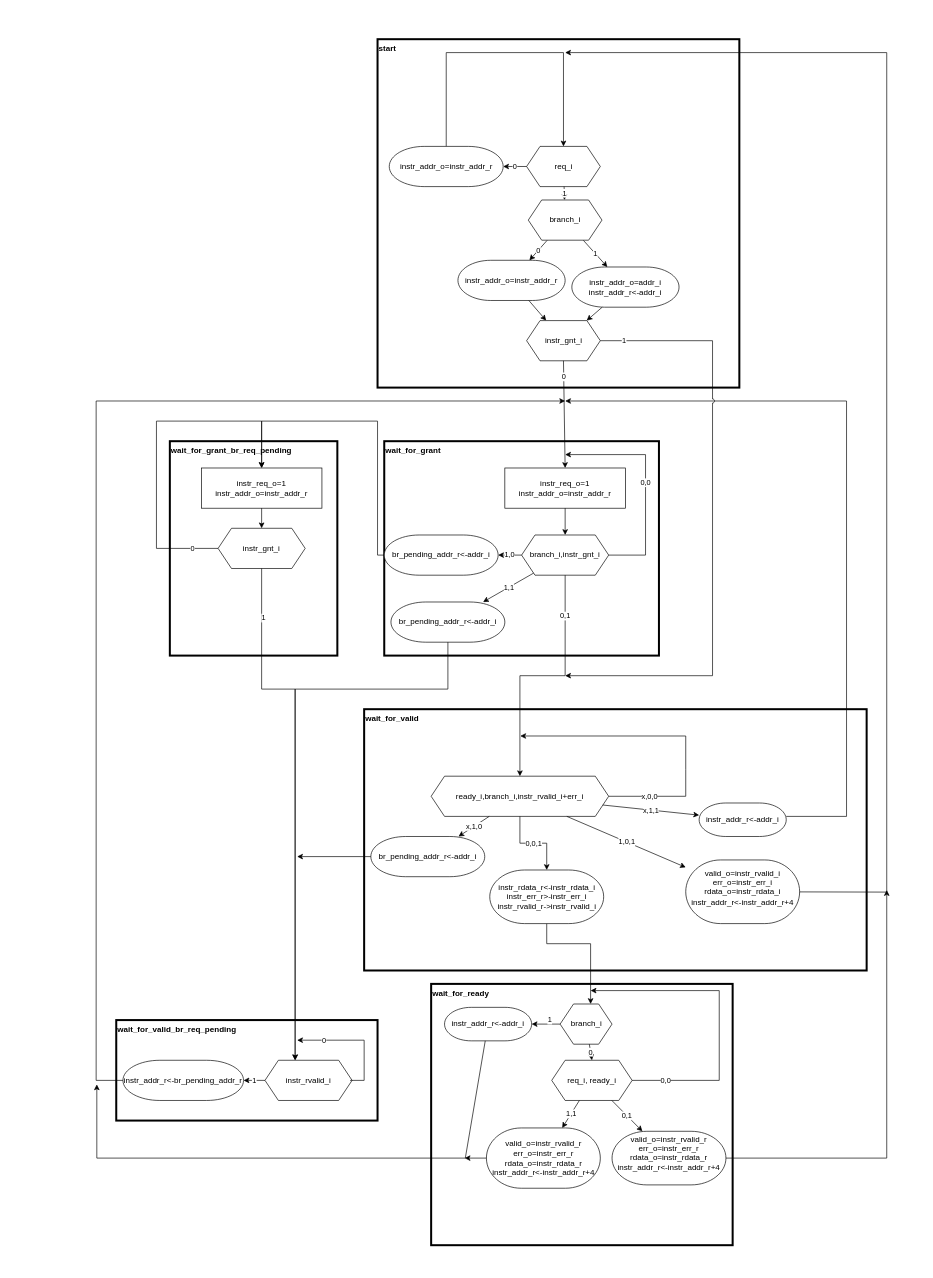
epsilon537/boxlambda keeps this draw.io diagram as docs/assets/single_prefetch_buffer_fsm.drawio. Above is the earlier version. Source tidied: cells renumbered, new cells numbered last; positions are measured from the earlier drawing's top-left corner, leaving out a move shared by most shapes. Both pictures are drawn from the tidied source at 67%, with x=0, y=0 at pixel (96, 39).
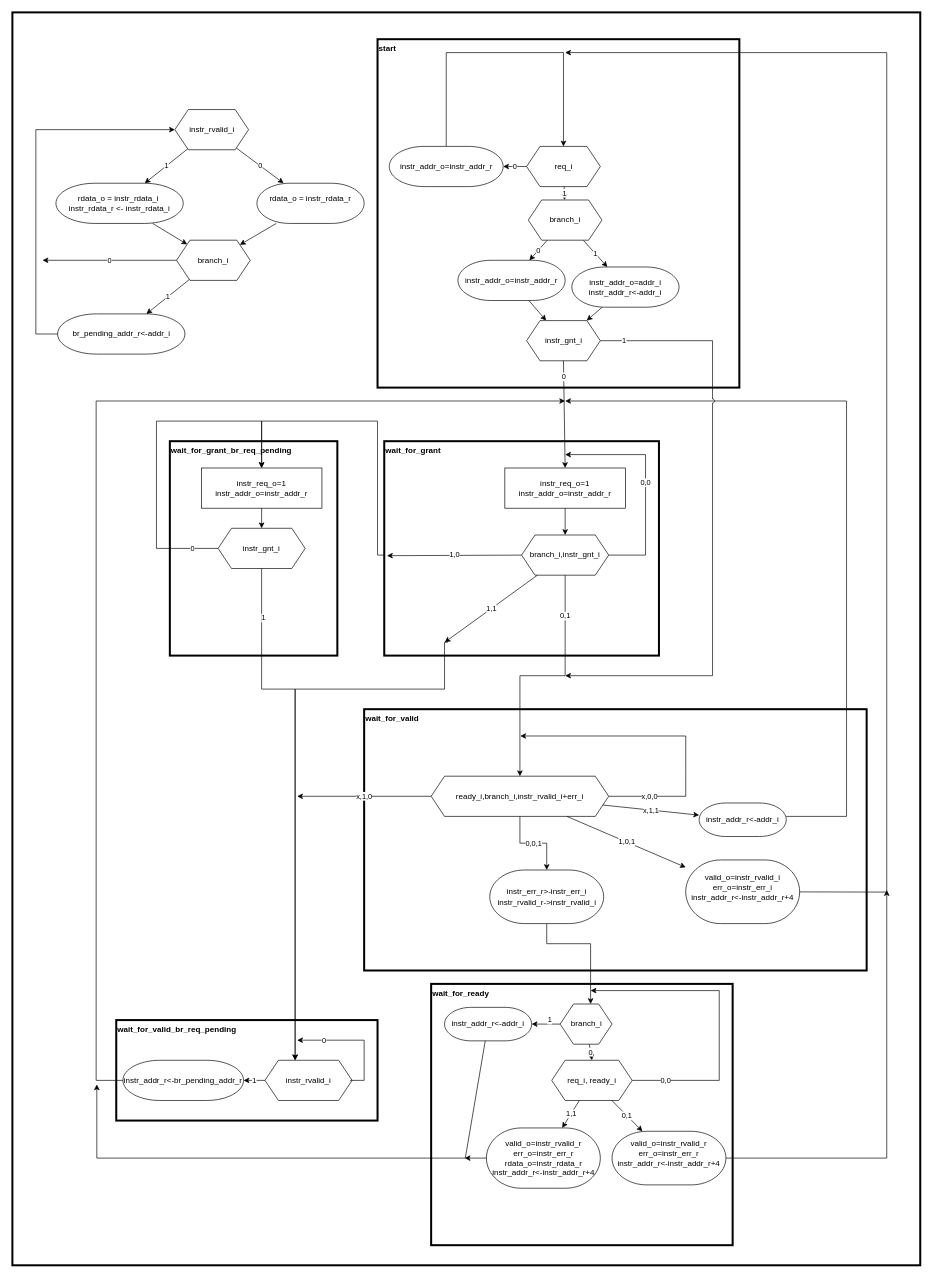
The same diagram, later.

The change refers to these unchanged cells:
```xml
<mxCell id="2" value="wait_for_grant" style="rounded=0;whiteSpace=wrap;html=1;verticalAlign=top;align=left;fillColor=none;strokeWidth=3;fontStyle=1;" parent="1" vertex="1">
  <mxGeometry x="430" y="600" width="410" height="320" as="geometry" />
</mxCell>
<mxCell id="11" value="branch_i,instr_gnt_i" style="shape=hexagon;perimeter=hexagonPerimeter2;whiteSpace=wrap;html=1;fixedSize=1;" parent="1" vertex="1">
  <mxGeometry x="635" y="740" width="130" height="60" as="geometry" />
</mxCell>
<mxCell id="25" value="instr_req_o=1&lt;div&gt;instr_addr_o=instr_addr_r&lt;/div&gt;" style="rounded=0;whiteSpace=wrap;html=1;" parent="1" vertex="1">
  <mxGeometry x="157" y="640" width="180" height="60" as="geometry" />
</mxCell>
<mxCell id="30" value="instr_rvalid_i" style="shape=hexagon;perimeter=hexagonPerimeter2;whiteSpace=wrap;html=1;fixedSize=1;" parent="1" vertex="1">
  <mxGeometry x="252" y="1524" width="130" height="60" as="geometry" />
</mxCell>
<mxCell id="31" value="ready_i,branch_i,instr_rvalid_i+err_i" style="shape=hexagon;perimeter=hexagonPerimeter2;whiteSpace=wrap;html=1;fixedSize=1;" parent="1" vertex="1">
  <mxGeometry x="500" y="1100" width="265" height="60" as="geometry" />
</mxCell>
```

What changed in the source:
```diff
@@
+    <mxCell id="71" style="rounded=0;whiteSpace=wrap;html=1;fillColor=none;strokeWidth=3;" parent="1" vertex="1">
+      <mxGeometry x="-125" y="-40" width="1355" height="1870" as="geometry" />
+    </mxCell>
@@
-    <mxCell id="21" value="br_pending_addr_r&amp;lt;-addr_i" style="strokeWidth=1;html=1;shape=mxgraph.flowchart.terminator;whiteSpace=wrap;" parent="1" vertex="1">
-      <mxGeometry x="430" y="740" width="170" height="60" as="geometry" />
-    </mxCell>
-    <mxCell id="22" style="endArrow=classic;html=1;rounded=0;entryX=0.5;entryY=0;entryDx=0;entryDy=0;edgeStyle=orthogonalEdgeStyle;" parent="1" edge="1" source="21" target="25">
+    <mxCell id="22" style="endArrow=classic;html=1;rounded=0;entryX=0.5;entryY=0;entryDx=0;entryDy=0;edgeStyle=orthogonalEdgeStyle;" parent="1" edge="1" target="25">
       <mxGeometry relative="1" as="geometry">
+        <mxPoint x="430" y="770" as="sourcePoint" />
         <Array as="points">
           <mxPoint x="420" y="770" />
           <mxPoint x="420" y="570" />
           <mxPoint x="247" y="570" />
         </Array>
       </mxGeometry>
     </mxCell>
@@
-    <mxCell id="32" value="1,0" style="endArrow=classic;html=1;rounded=0;exitX=0;exitY=0.5;exitDx=0;exitDy=0;entryX=1;entryY=0.5;entryDx=0;entryDy=0;entryPerimeter=0;" parent="1" edge="1" source="11" target="21">
+    <mxCell id="32" value="1,0" style="endArrow=classic;html=1;rounded=0;exitX=0;exitY=0.5;exitDx=0;exitDy=0;entryX=0.01;entryY=0.534;entryDx=0;entryDy=0;entryPerimeter=0;" parent="1" edge="1" source="11" target="2">
       <mxGeometry relative="1" as="geometry" />
     </mxCell>
-    <mxCell id="33" value="br_pending_addr_r&amp;lt;-addr_i" style="strokeWidth=1;html=1;shape=mxgraph.flowchart.terminator;whiteSpace=wrap;" parent="1" vertex="1">
-      <mxGeometry x="440" y="840" width="170" height="60" as="geometry" />
-    </mxCell>
-    <mxCell id="34" value="1,1" style="endArrow=classic;html=1;rounded=0;" parent="1" edge="1" source="11" target="33">
+    <mxCell id="34" value="1,1" style="endArrow=classic;html=1;rounded=0;entryX=0.22;entryY=0.938;entryDx=0;entryDy=0;entryPerimeter=0;" parent="1" edge="1" source="11" target="2">
       <mxGeometry relative="1" as="geometry" />
     </mxCell>
-    <mxCell id="35" style="endArrow=classic;html=1;rounded=0;edgeStyle=orthogonalEdgeStyle;" parent="1" edge="1" source="33" target="30">
+    <mxCell id="35" style="endArrow=classic;html=1;rounded=0;edgeStyle=orthogonalEdgeStyle;" parent="1" edge="1" target="30">
       <mxGeometry relative="1" as="geometry">
+        <mxPoint x="525" y="900" as="sourcePoint" />
         <Array as="points">
-          <mxPoint x="525" y="970" />
+          <mxPoint x="520" y="900" />
+          <mxPoint x="520" y="970" />
           <mxPoint x="297" y="970" />
         </Array>
       </mxGeometry>
     </mxCell>
@@
-    <mxCell id="40" value="valid_o=instr_rvalid_i&lt;div&gt;err_o=instr_err_i&lt;div&gt;rdata_o=instr_rdata_i&lt;/div&gt;&lt;div&gt;instr_addr_r&amp;lt;-instr_addr_r+4&lt;/div&gt;&lt;div&gt;&lt;br&gt;&lt;/div&gt;&lt;/div&gt;" style="strokeWidth=1;html=1;shape=mxgraph.flowchart.terminator;whiteSpace=wrap;" parent="1" vertex="1">
+    <mxCell id="40" value="valid_o=instr_rvalid_i&lt;div&gt;err_o=instr_err_i&lt;div&gt;instr_addr_r&amp;lt;-instr_addr_r+4&lt;/div&gt;&lt;div&gt;&lt;br&gt;&lt;/div&gt;&lt;/div&gt;" style="strokeWidth=1;html=1;shape=mxgraph.flowchart.terminator;whiteSpace=wrap;" parent="1" vertex="1">
       <mxGeometry x="880" y="1225" width="170" height="95" as="geometry" />
     </mxCell>
@@
-    <mxCell id="47" value="valid_o=instr_rvalid_r&lt;div&gt;err_o=instr_err_r&lt;br&gt;&lt;div&gt;&lt;span style=&quot;background-color: transparent; color: light-dark(rgb(0, 0, 0), rgb(255, 255, 255));&quot;&gt;rdata_o=instr_rdata_r&lt;/span&gt;&lt;/div&gt;&lt;div&gt;instr_addr_r&amp;lt;-instr_addr_r+4&lt;/div&gt;&lt;div&gt;&lt;br&gt;&lt;/div&gt;&lt;/div&gt;" style="strokeWidth=1;html=1;shape=mxgraph.flowchart.terminator;whiteSpace=wrap;" parent="1" vertex="1">
+    <mxCell id="47" value="valid_o=instr_rvalid_r&lt;div&gt;err_o=instr_err_r&lt;div&gt;instr_addr_r&amp;lt;-instr_addr_r+4&lt;/div&gt;&lt;div&gt;&lt;br&gt;&lt;/div&gt;&lt;/div&gt;" style="strokeWidth=1;html=1;shape=mxgraph.flowchart.terminator;whiteSpace=wrap;" parent="1" vertex="1">
       <mxGeometry x="770" y="1630" width="170" height="80" as="geometry" />
     </mxCell>
@@
-    <mxCell id="49" value="instr_rdata_r&amp;lt;-instr_rdata_i&lt;div&gt;instr_err_r&amp;gt;-instr_err_i&lt;/div&gt;&lt;div&gt;instr_rvalid_r-&amp;gt;instr_rvalid_i&lt;/div&gt;" style="strokeWidth=1;html=1;shape=mxgraph.flowchart.terminator;whiteSpace=wrap;" parent="1" vertex="1">
+    <mxCell id="49" value="&lt;div&gt;instr_err_r&amp;gt;-instr_err_i&lt;/div&gt;&lt;div&gt;instr_rvalid_r-&amp;gt;instr_rvalid_i&lt;/div&gt;" style="strokeWidth=1;html=1;shape=mxgraph.flowchart.terminator;whiteSpace=wrap;" parent="1" vertex="1">
       <mxGeometry x="587.5" y="1240" width="170" height="80" as="geometry" />
     </mxCell>
@@
-    <mxCell id="63" value="x,1,0" style="endArrow=classic;html=1;rounded=0;" parent="1" edge="1" source="31" target="66">
-      <mxGeometry relative="1" as="geometry" />
+    <mxCell id="63" value="x,1,0" style="endArrow=classic;html=1;rounded=0;" parent="1" edge="1" source="31">
+      <mxGeometry relative="1" as="geometry">
+        <mxPoint x="300" y="1130" as="targetPoint" />
+      </mxGeometry>
     </mxCell>
@@
-    <mxCell id="66" value="br_pending_addr_r&amp;lt;-addr_i" style="strokeWidth=1;html=1;shape=mxgraph.flowchart.terminator;whiteSpace=wrap;" parent="1" vertex="1">
-      <mxGeometry x="410" y="1190" width="170" height="60" as="geometry" />
-    </mxCell>
-    <mxCell id="67" style="endArrow=classic;html=1;rounded=0;exitX=0;exitY=0.5;exitDx=0;exitDy=0;exitPerimeter=0;" parent="1" edge="1" source="66">
-      <mxGeometry relative="1" as="geometry">
-        <mxPoint x="300" y="1220" as="targetPoint" />
-      </mxGeometry>
-    </mxCell>
@@
+    <mxCell id="72" value="&lt;div&gt;rdata_o = instr_rdata_r&lt;/div&gt;&lt;div&gt;&lt;br&gt;&lt;/div&gt;" style="strokeWidth=1;html=1;shape=mxgraph.flowchart.terminator;whiteSpace=wrap;" parent="1" vertex="1">
+      <mxGeometry x="240" y="215" width="160" height="60" as="geometry" />
+    </mxCell>
+    <mxCell id="73" value="instr_rvalid_i" style="shape=hexagon;perimeter=hexagonPerimeter2;whiteSpace=wrap;html=1;fixedSize=1;" parent="1" vertex="1">
+      <mxGeometry x="117.5" y="105" width="110" height="60" as="geometry" />
+    </mxCell>
+    <mxCell id="74" value="&lt;div&gt;rdata_o = instr_rdata_i&amp;nbsp;&lt;/div&gt;&lt;div&gt;instr_rdata_r &amp;lt;- instr_rdata_i&lt;/div&gt;" style="strokeWidth=1;html=1;shape=mxgraph.flowchart.terminator;whiteSpace=wrap;" parent="1" vertex="1">
+      <mxGeometry x="-60" y="215" width="190" height="60" as="geometry" />
+    </mxCell>
+    <mxCell id="75" value="0" style="endArrow=classic;html=1;rounded=0;" parent="1" edge="1" source="73" target="72">
+      <mxGeometry relative="1" as="geometry" />
+    </mxCell>
+    <mxCell id="76" value="1" style="endArrow=classic;html=1;rounded=0;" parent="1" edge="1" source="73" target="74">
+      <mxGeometry relative="1" as="geometry" />
+    </mxCell>
+    <mxCell id="77" value="branch_i" style="shape=hexagon;perimeter=hexagonPerimeter2;whiteSpace=wrap;html=1;fixedSize=1;" parent="1" vertex="1">
+      <mxGeometry x="120" y="300" width="110" height="60" as="geometry" />
+    </mxCell>
+    <mxCell id="78" value="&lt;div&gt;br_pending_addr_r&amp;lt;-addr_i&lt;/div&gt;" style="strokeWidth=1;html=1;shape=mxgraph.flowchart.terminator;whiteSpace=wrap;" parent="1" vertex="1">
+      <mxGeometry x="-57.5" y="410" width="190" height="60" as="geometry" />
+    </mxCell>
+    <mxCell id="79" value="1" style="endArrow=classic;html=1;rounded=0;" parent="1" edge="1" source="77" target="78">
+      <mxGeometry relative="1" as="geometry" />
+    </mxCell>
+    <mxCell id="80" style="endArrow=classic;html=1;rounded=0;" parent="1" edge="1" source="74" target="77">
+      <mxGeometry relative="1" as="geometry" />
+    </mxCell>
+    <mxCell id="81" style="endArrow=classic;html=1;rounded=0;" parent="1" edge="1" source="72" target="77">
+      <mxGeometry relative="1" as="geometry" />
+    </mxCell>
+    <mxCell id="82" style="endArrow=classic;html=1;rounded=0;exitX=0;exitY=0.5;exitDx=0;exitDy=0;exitPerimeter=0;entryX=0;entryY=0.5;entryDx=0;entryDy=0;" parent="1" edge="1" source="78" target="73">
+      <mxGeometry relative="1" as="geometry">
+        <Array as="points">
+          <mxPoint x="-90" y="440" />
+          <mxPoint x="-90" y="135" />
+        </Array>
+      </mxGeometry>
+    </mxCell>
+    <mxCell id="83" value="0" style="endArrow=classic;html=1;rounded=0;" parent="1" edge="1" source="77">
+      <mxGeometry relative="1" as="geometry">
+        <mxPoint x="-80" y="330" as="targetPoint" />
+      </mxGeometry>
+    </mxCell>
```
